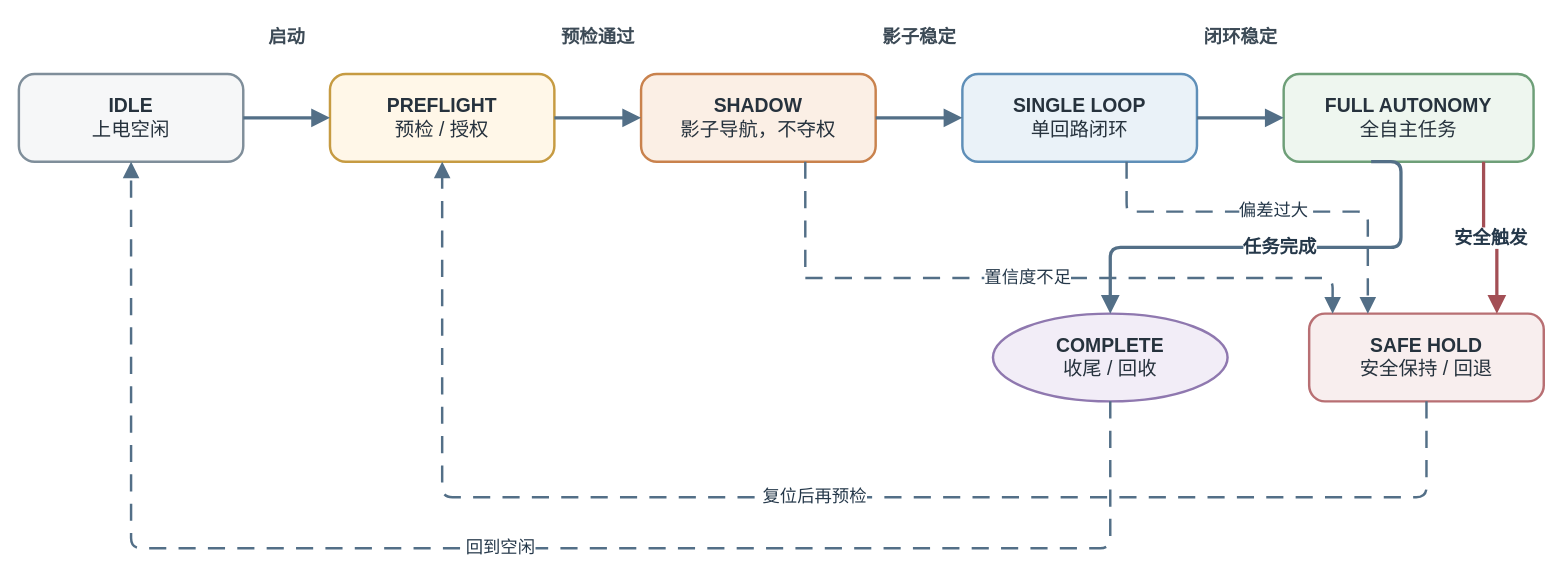
Above: docs/thesis/figures/architecture/auv_v2_mission_state_machine.drawio in 360ZMEM/AUV-Master-Project (draw.io), before the change. Source tidied: cells renumbered, new cells numbered last; positions are measured from the earlier drawing's top-left corner, leaving out a move shared by most shapes. Both pictures are drawn from the tidied source at 102%, with x=0, y=0 at pixel (18, 17).
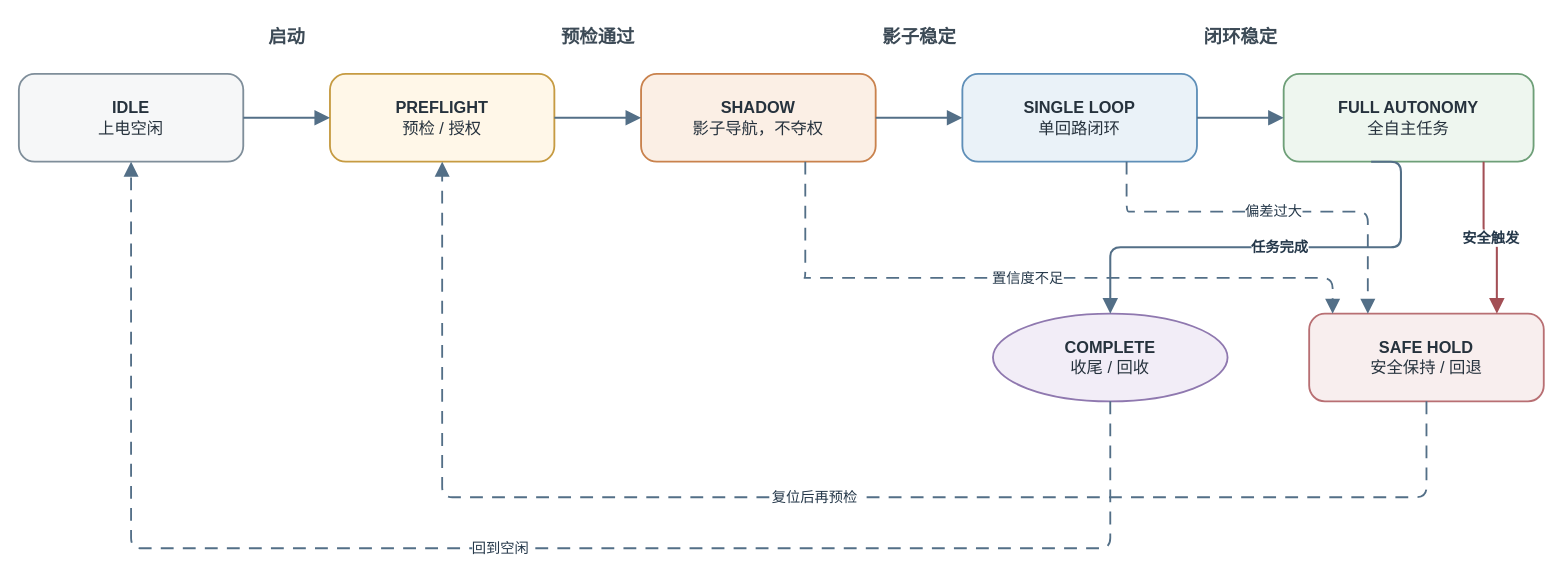
The same page after the edit.

Diff of the diagram source:
```diff
@@
-    <mxCell id="2" value="&lt;b&gt;IDLE&lt;/b&gt;&lt;br&gt;上电空闲" style="rounded=1;arcSize=18;whiteSpace=wrap;html=1;align=center;verticalAlign=middle;fillColor=#F6F7F8;strokeColor=#7F8E9A;strokeWidth=2.4;spacing=8;fontFamily=Songti SC;fontSize=19;fontColor=#26323D;" parent="1" vertex="1">
+    <mxCell id="2" value="&lt;b&gt;IDLE&lt;/b&gt;&lt;br&gt;上电空闲" style="rounded=1;arcSize=18;whiteSpace=wrap;html=1;align=center;verticalAlign=middle;fillColor=#F6F7F8;strokeColor=#7F8E9A;strokeWidth=1.8;spacing=8;fontFamily=Songti SC;fontSize=16;fontColor=#26323D;" parent="1" vertex="1">
       <mxGeometry y="55" width="220" height="86" as="geometry" />
     </mxCell>
-    <mxCell id="3" value="&lt;b&gt;PREFLIGHT&lt;/b&gt;&lt;br&gt;预检 / 授权" style="rounded=1;arcSize=18;whiteSpace=wrap;html=1;align=center;verticalAlign=middle;fillColor=#FFF7E8;strokeColor=#C69B42;strokeWidth=2.4;spacing=8;fontFamily=Songti SC;fontSize=19;fontColor=#26323D;" parent="1" vertex="1">
+    <mxCell id="3" value="&lt;b&gt;PREFLIGHT&lt;/b&gt;&lt;br&gt;预检 / 授权" style="rounded=1;arcSize=18;whiteSpace=wrap;html=1;align=center;verticalAlign=middle;fillColor=#FFF7E8;strokeColor=#C69B42;strokeWidth=1.8;spacing=8;fontFamily=Songti SC;fontSize=16;fontColor=#26323D;" parent="1" vertex="1">
       <mxGeometry x="305" y="55" width="220" height="86" as="geometry" />
     </mxCell>
-    <mxCell id="4" value="&lt;b&gt;SHADOW&lt;/b&gt;&lt;br&gt;影子导航，不夺权" style="rounded=1;arcSize=18;whiteSpace=wrap;html=1;align=center;verticalAlign=middle;fillColor=#FBEFE5;strokeColor=#C9824D;strokeWidth=2.4;spacing=8;fontFamily=Songti SC;fontSize=19;fontColor=#26323D;" parent="1" vertex="1">
+    <mxCell id="4" value="&lt;b&gt;SHADOW&lt;/b&gt;&lt;br&gt;影子导航，不夺权" style="rounded=1;arcSize=18;whiteSpace=wrap;html=1;align=center;verticalAlign=middle;fillColor=#FBEFE5;strokeColor=#C9824D;strokeWidth=1.8;spacing=8;fontFamily=Songti SC;fontSize=16;fontColor=#26323D;" parent="1" vertex="1">
       <mxGeometry x="610" y="55" width="230" height="86" as="geometry" />
     </mxCell>
-    <mxCell id="5" value="&lt;b&gt;SINGLE LOOP&lt;/b&gt;&lt;br&gt;单回路闭环" style="rounded=1;arcSize=18;whiteSpace=wrap;html=1;align=center;verticalAlign=middle;fillColor=#EAF2F8;strokeColor=#5F8FB8;strokeWidth=2.4;spacing=8;fontFamily=Songti SC;fontSize=19;fontColor=#26323D;" parent="1" vertex="1">
+    <mxCell id="5" value="&lt;b&gt;SINGLE LOOP&lt;/b&gt;&lt;br&gt;单回路闭环" style="rounded=1;arcSize=18;whiteSpace=wrap;html=1;align=center;verticalAlign=middle;fillColor=#EAF2F8;strokeColor=#5F8FB8;strokeWidth=1.8;spacing=8;fontFamily=Songti SC;fontSize=16;fontColor=#26323D;" parent="1" vertex="1">
       <mxGeometry x="925" y="55" width="230" height="86" as="geometry" />
     </mxCell>
-    <mxCell id="6" value="&lt;b&gt;FULL AUTONOMY&lt;/b&gt;&lt;br&gt;全自主任务" style="rounded=1;arcSize=18;whiteSpace=wrap;html=1;align=center;verticalAlign=middle;fillColor=#EEF6EF;strokeColor=#6E9F78;strokeWidth=2.4;spacing=8;fontFamily=Songti SC;fontSize=19;fontColor=#26323D;" parent="1" vertex="1">
+    <mxCell id="6" value="&lt;b&gt;FULL AUTONOMY&lt;/b&gt;&lt;br&gt;全自主任务" style="rounded=1;arcSize=18;whiteSpace=wrap;html=1;align=center;verticalAlign=middle;fillColor=#EEF6EF;strokeColor=#6E9F78;strokeWidth=1.8;spacing=8;fontFamily=Songti SC;fontSize=16;fontColor=#26323D;" parent="1" vertex="1">
       <mxGeometry x="1240" y="55" width="245" height="86" as="geometry" />
     </mxCell>
-    <mxCell id="7" value="&lt;b&gt;COMPLETE&lt;/b&gt;&lt;br&gt;收尾 / 回收" style="ellipse;whiteSpace=wrap;html=1;align=center;verticalAlign=middle;fillColor=#F2EDF7;strokeColor=#8F78AF;strokeWidth=2.4;spacing=8;fontFamily=Songti SC;fontSize=19;fontColor=#26323D;" parent="1" vertex="1">
+    <mxCell id="7" value="&lt;b&gt;COMPLETE&lt;/b&gt;&lt;br&gt;收尾 / 回收" style="ellipse;whiteSpace=wrap;html=1;align=center;verticalAlign=middle;fillColor=#F2EDF7;strokeColor=#8F78AF;strokeWidth=1.8;spacing=8;fontFamily=Songti SC;fontSize=16;fontColor=#26323D;" parent="1" vertex="1">
       <mxGeometry x="955" y="290" width="230" height="86" as="geometry" />
     </mxCell>
-    <mxCell id="8" value="&lt;b&gt;SAFE HOLD&lt;/b&gt;&lt;br&gt;安全保持 / 回退" style="rounded=1;arcSize=18;whiteSpace=wrap;html=1;align=center;verticalAlign=middle;fillColor=#F8EEEE;strokeColor=#B86F73;strokeWidth=2.4;spacing=8;fontFamily=Songti SC;fontSize=19;fontColor=#26323D;" parent="1" vertex="1">
+    <mxCell id="8" value="&lt;b&gt;SAFE HOLD&lt;/b&gt;&lt;br&gt;安全保持 / 回退" style="rounded=1;arcSize=18;whiteSpace=wrap;html=1;align=center;verticalAlign=middle;fillColor=#F8EEEE;strokeColor=#B86F73;strokeWidth=1.8;spacing=8;fontFamily=Songti SC;fontSize=16;fontColor=#26323D;" parent="1" vertex="1">
       <mxGeometry x="1265" y="290" width="230" height="86" as="geometry" />
     </mxCell>
@@
-    <mxCell id="10" style="edgeStyle=orthogonalEdgeStyle;rounded=1;jettySize=auto;html=1;strokeColor=#536F87;strokeWidth=3.2;fontFamily=Songti SC;fontSize=18;fontStyle=1;fontColor=#25384A;labelBackgroundColor=#FFFFFF;labelBorderColor=none;endArrow=block;endFill=1;endSize=10;exitX=1;entryX=0;" parent="1" edge="1" source="2" target="3">
+    <mxCell id="10" style="edgeStyle=orthogonalEdgeStyle;rounded=1;jettySize=auto;html=1;strokeColor=#536F87;strokeWidth=2.0;fontFamily=Songti SC;fontSize=14;fontStyle=1;fontColor=#25384A;labelBackgroundColor=#FFFFFF;labelBorderColor=none;endArrow=block;endFill=1;endSize=10;exitX=1;entryX=0;" parent="1" edge="1" source="2" target="3">
       <mxGeometry relative="1" as="geometry" />
     </mxCell>
@@
-    <mxCell id="12" style="edgeStyle=orthogonalEdgeStyle;rounded=1;jettySize=auto;html=1;strokeColor=#536F87;strokeWidth=3.2;fontFamily=Songti SC;fontSize=18;fontStyle=1;fontColor=#25384A;labelBackgroundColor=#FFFFFF;labelBorderColor=none;endArrow=block;endFill=1;endSize=10;exitX=1;entryX=0;" parent="1" edge="1" source="3" target="4">
+    <mxCell id="12" style="edgeStyle=orthogonalEdgeStyle;rounded=1;jettySize=auto;html=1;strokeColor=#536F87;strokeWidth=2.0;fontFamily=Songti SC;fontSize=14;fontStyle=1;fontColor=#25384A;labelBackgroundColor=#FFFFFF;labelBorderColor=none;endArrow=block;endFill=1;endSize=10;exitX=1;entryX=0;" parent="1" edge="1" source="3" target="4">
       <mxGeometry relative="1" as="geometry" />
     </mxCell>
@@
-    <mxCell id="14" style="edgeStyle=orthogonalEdgeStyle;rounded=1;jettySize=auto;html=1;strokeColor=#536F87;strokeWidth=3.2;fontFamily=Songti SC;fontSize=18;fontStyle=1;fontColor=#25384A;labelBackgroundColor=#FFFFFF;labelBorderColor=none;endArrow=block;endFill=1;endSize=10;exitX=1;entryX=0;" parent="1" edge="1" source="4" target="5">
+    <mxCell id="14" style="edgeStyle=orthogonalEdgeStyle;rounded=1;jettySize=auto;html=1;strokeColor=#536F87;strokeWidth=2.0;fontFamily=Songti SC;fontSize=14;fontStyle=1;fontColor=#25384A;labelBackgroundColor=#FFFFFF;labelBorderColor=none;endArrow=block;endFill=1;endSize=10;exitX=1;entryX=0;" parent="1" edge="1" source="4" target="5">
       <mxGeometry relative="1" as="geometry" />
     </mxCell>
@@
-    <mxCell id="16" style="edgeStyle=orthogonalEdgeStyle;rounded=1;jettySize=auto;html=1;strokeColor=#536F87;strokeWidth=3.2;fontFamily=Songti SC;fontSize=18;fontStyle=1;fontColor=#25384A;labelBackgroundColor=#FFFFFF;labelBorderColor=none;endArrow=block;endFill=1;endSize=10;exitX=1;entryX=0;" parent="1" edge="1" source="5" target="6">
+    <mxCell id="16" style="edgeStyle=orthogonalEdgeStyle;rounded=1;jettySize=auto;html=1;strokeColor=#536F87;strokeWidth=2.0;fontFamily=Songti SC;fontSize=14;fontStyle=1;fontColor=#25384A;labelBackgroundColor=#FFFFFF;labelBorderColor=none;endArrow=block;endFill=1;endSize=10;exitX=1;entryX=0;" parent="1" edge="1" source="5" target="6">
       <mxGeometry relative="1" as="geometry" />
     </mxCell>
-    <mxCell id="17" value="任务完成" style="edgeStyle=orthogonalEdgeStyle;rounded=1;jettySize=auto;html=1;strokeColor=#536F87;strokeWidth=3.2;fontFamily=Songti SC;fontSize=18;fontStyle=1;fontColor=#25384A;labelBackgroundColor=#FFFFFF;labelBorderColor=none;endArrow=block;endFill=1;endSize=10;exitX=0.35;exitY=1;entryX=0.5;entryY=0;" parent="1" edge="1" source="6" target="7">
+    <mxCell id="17" value="任务完成" style="edgeStyle=orthogonalEdgeStyle;rounded=1;jettySize=auto;html=1;strokeColor=#536F87;strokeWidth=2.0;fontFamily=Songti SC;fontSize=14;fontStyle=1;fontColor=#25384A;labelBackgroundColor=#FFFFFF;labelBorderColor=none;endArrow=block;endFill=1;endSize=10;exitX=0.35;exitY=1;entryX=0.5;entryY=0;" parent="1" edge="1" source="6" target="7">
       <mxGeometry relative="1" as="geometry">
         <Array as="points">
           <mxPoint x="1355" y="225" />
           <mxPoint x="1070" y="225" />
         </Array>
       </mxGeometry>
     </mxCell>
-    <mxCell id="18" value="安全触发" style="edgeStyle=orthogonalEdgeStyle;rounded=1;jettySize=auto;html=1;strokeColor=#A34F55;strokeWidth=3.2;fontFamily=Songti SC;fontSize=18;fontStyle=1;fontColor=#25384A;labelBackgroundColor=#FFFFFF;labelBorderColor=none;endArrow=block;endFill=1;endSize=10;exitX=0.8;exitY=1;entryX=0.8;entryY=0;" parent="1" edge="1" source="6" target="8">
+    <mxCell id="18" value="安全触发" style="edgeStyle=orthogonalEdgeStyle;rounded=1;jettySize=auto;html=1;strokeColor=#A34F55;strokeWidth=2.0;fontFamily=Songti SC;fontSize=14;fontStyle=1;fontColor=#25384A;labelBackgroundColor=#FFFFFF;labelBorderColor=none;endArrow=block;endFill=1;endSize=10;exitX=0.8;exitY=1;entryX=0.8;entryY=0;" parent="1" edge="1" source="6" target="8">
       <mxGeometry relative="1" as="geometry" />
     </mxCell>
-    <mxCell id="19" value="偏差过大" style="edgeStyle=orthogonalEdgeStyle;rounded=1;jettySize=auto;html=1;strokeColor=#536F87;strokeWidth=2.4;fontFamily=Songti SC;fontSize=17;fontColor=#25384A;labelBackgroundColor=#FFFFFF;labelBorderColor=none;endArrow=block;endFill=1;endSize=10;dashed=1;dashPattern=7 5;exitX=0.7;exitY=1;entryX=0.25;entryY=0;" parent="1" edge="1" source="5" target="8">
+    <mxCell id="19" value="偏差过大" style="edgeStyle=orthogonalEdgeStyle;rounded=1;jettySize=auto;html=1;strokeColor=#536F87;strokeWidth=1.8;fontFamily=Songti SC;fontSize=14;fontColor=#25384A;labelBackgroundColor=#FFFFFF;labelBorderColor=none;endArrow=block;endFill=1;endSize=10;dashed=1;dashPattern=7 5;exitX=0.7;exitY=1;entryX=0.25;entryY=0;" parent="1" edge="1" source="5" target="8">
       <mxGeometry relative="1" as="geometry">
         <Array as="points">
           <mxPoint x="1090" y="190" />
           <mxPoint x="1380" y="190" />
         </Array>
       </mxGeometry>
     </mxCell>
-    <mxCell id="20" value="置信度不足" style="edgeStyle=orthogonalEdgeStyle;rounded=1;jettySize=auto;html=1;strokeColor=#536F87;strokeWidth=2.4;fontFamily=Songti SC;fontSize=17;fontColor=#25384A;labelBackgroundColor=#FFFFFF;labelBorderColor=none;endArrow=block;endFill=1;endSize=10;dashed=1;dashPattern=7 5;exitX=0.7;exitY=1;entryX=0.1;entryY=0;" parent="1" edge="1" source="4" target="8">
+    <mxCell id="20" value="置信度不足" style="edgeStyle=orthogonalEdgeStyle;rounded=1;jettySize=auto;html=1;strokeColor=#536F87;strokeWidth=1.8;fontFamily=Songti SC;fontSize=14;fontColor=#25384A;labelBackgroundColor=#FFFFFF;labelBorderColor=none;endArrow=block;endFill=1;endSize=10;dashed=1;dashPattern=7 5;exitX=0.7;exitY=1;entryX=0.1;entryY=0;" parent="1" edge="1" source="4" target="8">
       <mxGeometry relative="1" as="geometry">
         <Array as="points">
           <mxPoint x="770" y="255" />
           <mxPoint x="1295" y="255" />
         </Array>
       </mxGeometry>
     </mxCell>
-    <mxCell id="21" value="复位后再预检" style="edgeStyle=orthogonalEdgeStyle;rounded=1;jettySize=auto;html=1;strokeColor=#536F87;strokeWidth=2.4;fontFamily=Songti SC;fontSize=17;fontColor=#25384A;labelBackgroundColor=#FFFFFF;labelBorderColor=none;endArrow=block;endFill=1;endSize=10;dashed=1;dashPattern=7 5;exitX=0.5;exitY=1;entryX=0.5;entryY=1;" parent="1" edge="1" source="8" target="3">
+    <mxCell id="21" value="复位后再预检" style="edgeStyle=orthogonalEdgeStyle;rounded=1;jettySize=auto;html=1;strokeColor=#536F87;strokeWidth=1.8;fontFamily=Songti SC;fontSize=14;fontColor=#25384A;labelBackgroundColor=#FFFFFF;labelBorderColor=none;endArrow=block;endFill=1;endSize=10;dashed=1;dashPattern=7 5;exitX=0.5;exitY=1;entryX=0.5;entryY=1;" parent="1" edge="1" source="8" target="3">
       <mxGeometry relative="1" as="geometry">
         <Array as="points">
           <mxPoint x="1380" y="470" />
           <mxPoint x="415" y="470" />
         </Array>
       </mxGeometry>
     </mxCell>
-    <mxCell id="22" value="回到空闲" style="edgeStyle=orthogonalEdgeStyle;rounded=1;jettySize=auto;html=1;strokeColor=#536F87;strokeWidth=2.4;fontFamily=Songti SC;fontSize=17;fontColor=#25384A;labelBackgroundColor=#FFFFFF;labelBorderColor=none;endArrow=block;endFill=1;endSize=10;dashed=1;dashPattern=7 5;exitX=0.5;exitY=1;entryX=0.5;entryY=1;" parent="1" edge="1" source="7" target="2">
+    <mxCell id="22" value="回到空闲" style="edgeStyle=orthogonalEdgeStyle;rounded=1;jettySize=auto;html=1;strokeColor=#536F87;strokeWidth=1.8;fontFamily=Songti SC;fontSize=14;fontColor=#25384A;labelBackgroundColor=#FFFFFF;labelBorderColor=none;endArrow=block;endFill=1;endSize=10;dashed=1;dashPattern=7 5;exitX=0.5;exitY=1;entryX=0.5;entryY=1;" parent="1" edge="1" source="7" target="2">
       <mxGeometry relative="1" as="geometry">
         <Array as="points">
           <mxPoint x="1070" y="520" />
           <mxPoint x="110" y="520" />
         </Array>
       </mxGeometry>
     </mxCell>
```
